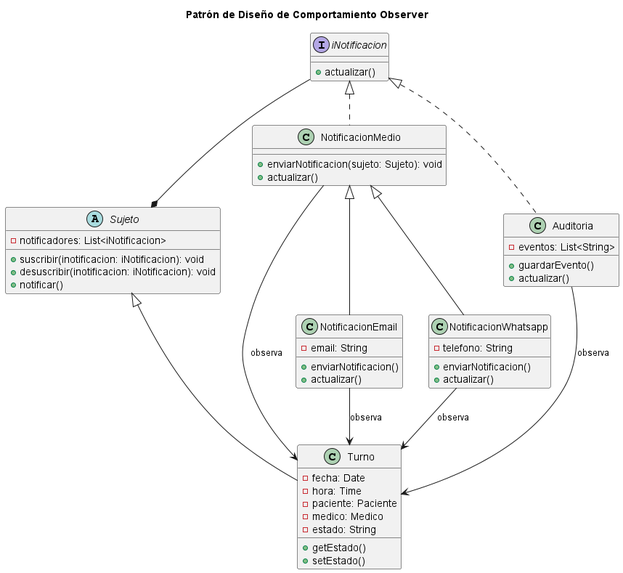
Before: diagramas/01-diagrama-clases/01-patron-comportamiento-observer.png, a diagram exported from PlantUML (eternalnight04/SistemaTurnosMedicos).
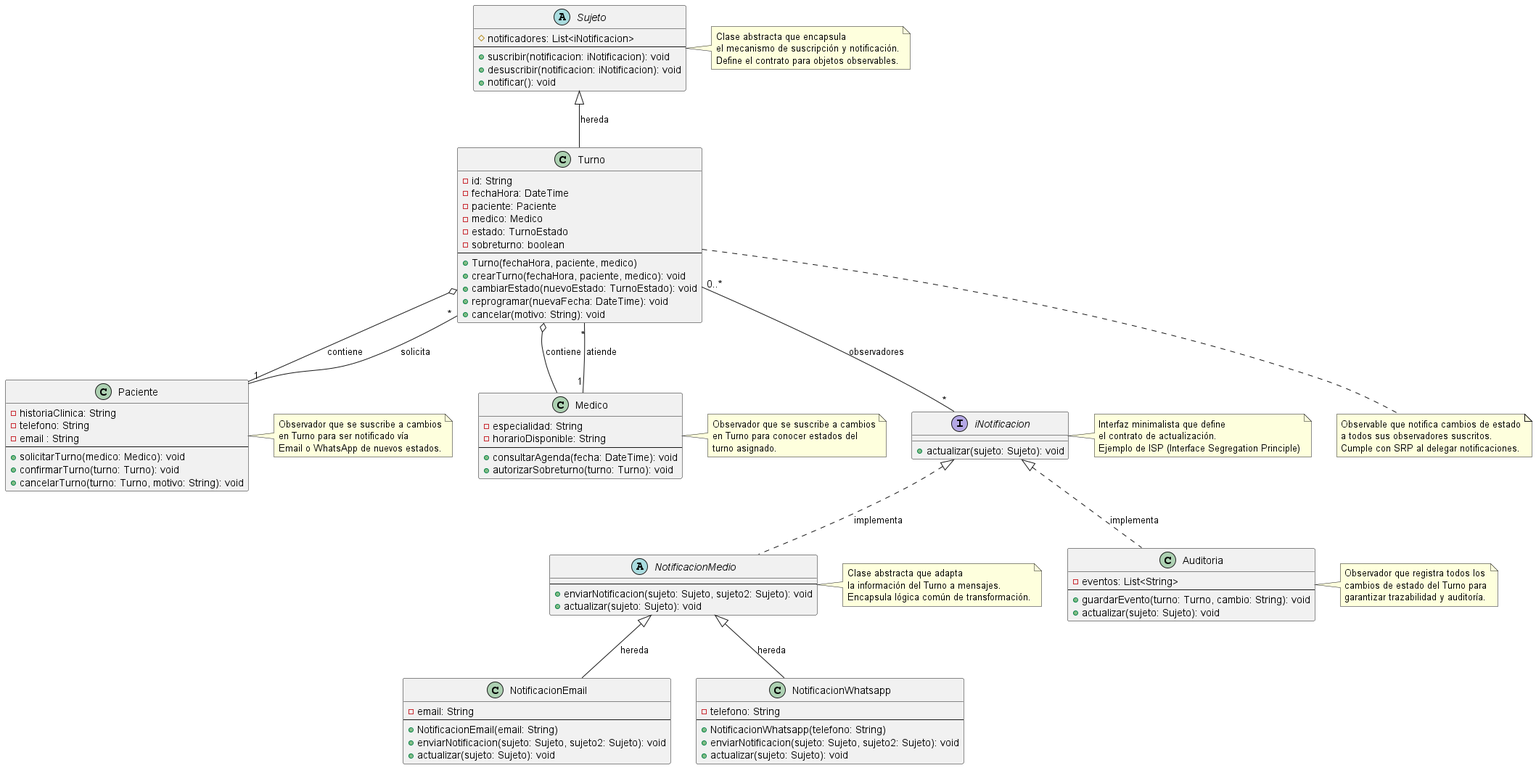
Above is the later version.

Commit message:
fix: se reeescribieron los patrones de comportamiento y se agrego el diagrama del diseno creacional

Diff of the diagram source:
```diff
@@ -1,70 +1,142 @@
-@startuml 01-patron-comportamiento-observer
+@startuml Patrón Observer en Sistema de Turnos Médicos
 
-title Patrón de Diseño de Comportamiento Observer
+
+interface iNotificacion {
+    + actualizar(sujeto: Sujeto): void
+}
 
 abstract class Sujeto {
-    -notificadores: List<iNotificacion>
-    +suscribir(inotificacion: iNotificacion): void
-    +desuscribir(inotificacion: iNotificacion): void
-    +notificar()
+    # notificadores: List<iNotificacion>
+    --
+    + suscribir(notificacion: iNotificacion): void
+    + desuscribir(notificacion: iNotificacion): void
+    + notificar(): void
 }
 
-Interface iNotificacion {
-    +actualizar()
+abstract class NotificacionMedio {
+    --
+    + enviarNotificacion(sujeto: Sujeto, sujeto2: Sujeto): void
+    + actualizar(sujeto: Sujeto): void
 }
 
-class Turno{
-    -fecha: Date
-    -hora: Time
-    -paciente: Paciente
-    -medico: Medico
-    -estado: String
 
-    +getEstado()
-    +setEstado()
+class Turno {
+    - id: String
+    - fechaHora: DateTime
+    - paciente: Paciente
+    - medico: Medico
+    - estado: TurnoEstado
+    - sobreturno: boolean
+    --
+    + Turno(fechaHora, paciente, medico)
+    + crearTurno(fechaHora, paciente, medico): void
+    + cambiarEstado(nuevoEstado: TurnoEstado): void
+    + reprogramar(nuevaFecha: DateTime): void
+    + cancelar(motivo: String): void
 }
 
-class NotificacionMedio{
-    +enviarNotificacion(sujeto: Sujeto): void
-    +actualizar()
+class NotificacionEmail {
+    - email: String
+    --
+    + NotificacionEmail(email: String)
+    + enviarNotificacion(sujeto: Sujeto, sujeto2: Sujeto): void
+    + actualizar(sujeto: Sujeto): void
 }
 
-class NotificacionEmail{
-    -email: String
-
-    +enviarNotificacion()
-    +actualizar()
+class NotificacionWhatsapp {
+    - telefono: String
+    --
+    + NotificacionWhatsapp(telefono: String)
+    + enviarNotificacion(sujeto: Sujeto, sujeto2: Sujeto): void
+    + actualizar(sujeto: Sujeto): void
 }
 
-class NotificacionWhatsapp{
-    -telefono: String
-
-    +enviarNotificacion()
-    +actualizar()
+class Auditoria {
+    - eventos: List<String>
+    --
+    + guardarEvento(turno: Turno, cambio: String): void
+    + actualizar(sujeto: Sujeto): void
 }
 
-class Auditoria{
-    -eventos: List<String>
-
-    +guardarEvento()
-    +actualizar()
+class Paciente {
+    - historiaClinica: String
+    - telefono: String
+    - email : String
+    --
+    + solicitarTurno(medico: Medico): void
+    + confirmarTurno(turno: Turno): void
+    + cancelarTurno(turno: Turno, motivo: String): void
 }
 
-Sujeto <|-- Turno
+class Medico {
+    - especialidad: String
+    - horarioDisponible: String
+    --
+    + consultarAgenda(fecha: DateTime): void
+    + autorizarSobreturno(turno: Turno): void
+}
 
-iNotificacion <|.. NotificacionMedio
-NotificacionMedio --> Turno : observa
 
-iNotificacion --* Sujeto
+Sujeto <|-- Turno : hereda
 
-NotificacionEmail --> Turno : observa
-NotificacionWhatsapp --> Turno : observa
 
-NotificacionMedio <|-- NotificacionEmail
-NotificacionMedio <|-- NotificacionWhatsapp
+iNotificacion <|.. NotificacionMedio : implementa
+iNotificacion <|.. Auditoria : implementa
 
-iNotificacion <|.. Auditoria
 
-Auditoria --> Turno : observa
+NotificacionMedio <|-- NotificacionEmail : hereda
+NotificacionMedio <|-- NotificacionWhatsapp : hereda
+
+Turno o-- Paciente : contiene
+Turno o-- Medico : contiene
+
+
+Turno "0..*" -- "*" iNotificacion : observadores
+
+Paciente "1" -- "*" Turno : solicita
+Medico "1" -- "*" Turno : atiende
+
+
+note right of Sujeto
+  Clase abstracta que encapsula
+  el mecanismo de suscripción y notificación.
+  Define el contrato para objetos observables.
+end note
+
+note right of iNotificacion
+  Interfaz minimalista que define
+  el contrato de actualización.
+  Ejemplo de ISP (Interface Segregation Principle)
+end note
+
+note right of NotificacionMedio
+  Clase abstracta que adapta
+  la información del Turno a mensajes.
+  Encapsula lógica común de transformación.
+end note
+
+note bottom of Turno
+  Observable que notifica cambios de estado
+  a todos sus observadores suscritos.
+  Cumple con SRP al delegar notificaciones.
+end note
+
+note right of Paciente
+  Observador que se suscribe a cambios
+  en Turno para ser notificado vía
+  Email o WhatsApp de nuevos estados.
+end note
+
+note right of Medico
+  Observador que se suscribe a cambios
+  en Turno para conocer estados del
+  turno asignado.
+end note
+
+note right of Auditoria
+  Observador que registra todos los
+  cambios de estado del Turno para
+  garantizar trazabilidad y auditoría.
+end note
 
 @enduml
```
